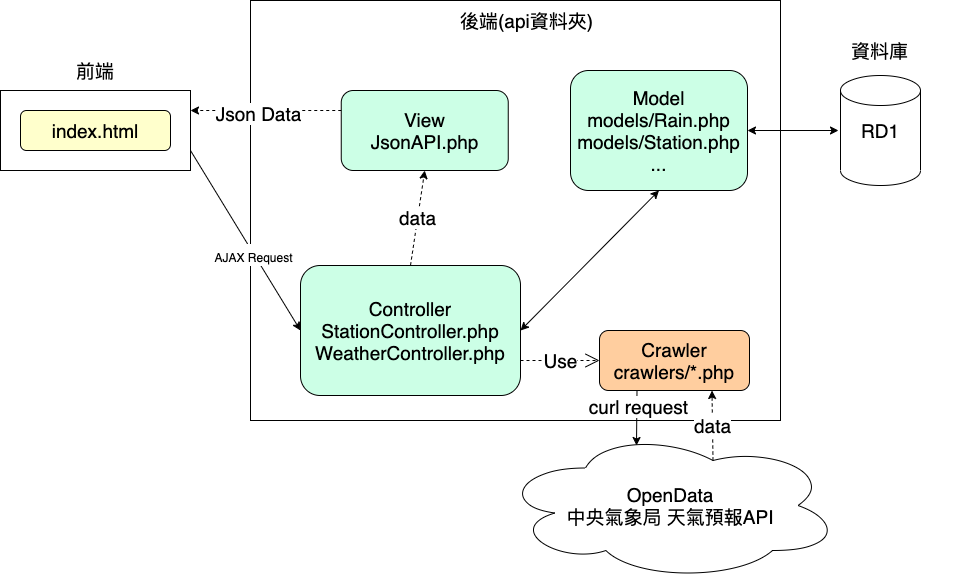
TerryHuangchungyo/RD1_Assignment keeps this draw.io diagram as demo/system.png. Above is the earlier version. Source tidied: cells renumbered, new cells last; positions are measured from the earlier drawing's top-left corner, leaving out a move shared by most shapes. Its diagram source:
```xml
<mxGraphModel>
  <root>
    <mxCell id="0" />
    <mxCell id="1" parent="0" />
    <mxCell id="2" value="index.html" style="rounded=1;whiteSpace=wrap;html=1;fontSize=19;fillColor=#FFFFCC;" parent="1" vertex="1">
      <mxGeometry x="20" y="110" width="150" height="40" as="geometry" />
    </mxCell>
    <mxCell id="3" style="rounded=0;whiteSpace=wrap;html=1;fontSize=19;fillColor=none;" parent="1" vertex="1">
      <mxGeometry y="90" width="190" height="80" as="geometry" />
    </mxCell>
    <mxCell id="4" value="前端" style="text;html=1;strokeColor=none;fillColor=none;align=center;verticalAlign=middle;whiteSpace=wrap;rounded=0;fontSize=19;" parent="1" vertex="1">
      <mxGeometry x="35" y="60" width="120" height="20" as="geometry" />
    </mxCell>
    <mxCell id="5" style="rounded=0;whiteSpace=wrap;html=1;fillColor=none;fontSize=19;" parent="1" vertex="1">
      <mxGeometry x="250" width="530" height="420" as="geometry" />
    </mxCell>
    <mxCell id="6" value="後端(api資料夾)" style="text;html=1;strokeColor=none;fillColor=none;align=center;verticalAlign=middle;whiteSpace=wrap;rounded=0;fontSize=19;" parent="1" vertex="1">
      <mxGeometry x="443" y="10" width="167" height="20" as="geometry" />
    </mxCell>
    <mxCell id="7" value="RD1" style="shape=cylinder2;whiteSpace=wrap;html=1;boundedLbl=1;backgroundOutline=1;size=15;fillColor=none;fontSize=19;" parent="1" vertex="1">
      <mxGeometry x="840" y="75" width="80" height="110" as="geometry" />
    </mxCell>
    <mxCell id="8" value="View&lt;br&gt;JsonAPI.php" style="rounded=1;whiteSpace=wrap;html=1;fontSize=19;fillColor=#CCFFE6;" parent="1" vertex="1">
      <mxGeometry x="340.8" y="90" width="167" height="80" as="geometry" />
    </mxCell>
    <mxCell id="9" style="endArrow=classic;html=1;fontSize=19;exitX=1;exitY=0.75;exitDx=0;exitDy=0;entryX=0;entryY=0.5;entryDx=0;entryDy=0;" parent="1" edge="1" source="3" target="13">
      <mxGeometry relative="1" as="geometry" />
    </mxCell>
    <mxCell id="10" value="&lt;font style=&quot;font-size: 12px&quot;&gt;AJAX Request&lt;/font&gt;" style="edgeLabel;html=1;align=center;verticalAlign=middle;fontSize=19;" parent="9" vertex="1">
      <mxGeometry x="0.13" y="-1" relative="1" as="geometry" />
    </mxCell>
    <mxCell id="11" style="endArrow=classic;html=1;fontSize=19;dashed=1;exitX=0;exitY=0.25;exitDx=0;exitDy=0;entryX=1;entryY=0.25;entryDx=0;entryDy=0;" parent="1" edge="1" source="8" target="3">
      <mxGeometry relative="1" as="geometry" />
    </mxCell>
    <mxCell id="12" value="Json Data" style="edgeLabel;html=1;align=center;verticalAlign=middle;fontSize=19;" parent="11" vertex="1">
      <mxGeometry x="0.12" y="2" relative="1" as="geometry">
        <mxPoint x="1" as="offset" />
      </mxGeometry>
    </mxCell>
    <mxCell id="13" value="Controller&lt;br&gt;StationController.php&lt;br&gt;WeatherController.php" style="rounded=1;whiteSpace=wrap;html=1;fontSize=19;fillColor=#CCFFE6;verticalAlign=middle;" parent="1" vertex="1">
      <mxGeometry x="300" y="265" width="220" height="130" as="geometry" />
    </mxCell>
    <mxCell id="14" value="Model&lt;br&gt;models/Rain.php&lt;br&gt;models/Station.php&lt;br&gt;..." style="rounded=1;whiteSpace=wrap;html=1;fontSize=19;fillColor=#CCFFE6;" parent="1" vertex="1">
      <mxGeometry x="570" y="70" width="177" height="120" as="geometry" />
    </mxCell>
    <mxCell id="15" style="endArrow=classic;startArrow=classic;html=1;fontSize=19;exitX=1;exitY=0.5;exitDx=0;exitDy=0;" parent="1" edge="1" source="14">
      <mxGeometry relative="1" as="geometry">
        <mxPoint x="838" y="130" as="targetPoint" />
      </mxGeometry>
    </mxCell>
    <mxCell id="16" value="資料庫" style="text;html=1;strokeColor=none;fillColor=none;align=center;verticalAlign=middle;whiteSpace=wrap;rounded=0;fontSize=19;" parent="1" vertex="1">
      <mxGeometry x="796.5" y="40" width="167" height="20" as="geometry" />
    </mxCell>
    <mxCell id="17" value="data" style="endArrow=classic;html=1;fontSize=19;exitX=0.5;exitY=0;exitDx=0;exitDy=0;dashed=1;entryX=0.5;entryY=1;entryDx=0;entryDy=0;" parent="1" edge="1" source="13" target="8">
      <mxGeometry relative="1" as="geometry" />
    </mxCell>
    <mxCell id="18" style="endArrow=classic;startArrow=classic;html=1;fontSize=19;exitX=1;exitY=0.5;exitDx=0;exitDy=0;entryX=0.5;entryY=1;entryDx=0;entryDy=0;" parent="1" edge="1" source="13" target="14">
      <mxGeometry relative="1" as="geometry" />
    </mxCell>
    <mxCell id="19" value="OpenData&lt;br&gt;中央氣象局 天氣預報API" style="ellipse;shape=cloud;whiteSpace=wrap;html=1;strokeColor=#000000;fontSize=19;fillColor=#FFFFFF;" parent="1" vertex="1">
      <mxGeometry x="500" y="430" width="340" height="150" as="geometry" />
    </mxCell>
    <mxCell id="20" value="Crawler&lt;br&gt;crawlers/*.php" style="rounded=1;whiteSpace=wrap;html=1;strokeColor=#000000;fontSize=19;fillColor=#FFCE9F;" parent="1" vertex="1">
      <mxGeometry x="599" y="330" width="150" height="60" as="geometry" />
    </mxCell>
    <mxCell id="21" value="Use" style="endArrow=open;endSize=12;dashed=1;html=1;fontSize=19;entryX=0;entryY=0.5;entryDx=0;entryDy=0;" parent="1" edge="1" target="20">
      <mxGeometry relative="1" as="geometry">
        <mxPoint x="520" y="360" as="sourcePoint" />
      </mxGeometry>
    </mxCell>
    <mxCell id="22" value="data" style="endArrow=classic;html=1;dashed=1;fontSize=19;entryX=0.75;entryY=1;entryDx=0;entryDy=0;exitX=0.625;exitY=0.2;exitDx=0;exitDy=0;exitPerimeter=0;" parent="1" edge="1" source="19" target="20">
      <mxGeometry relative="1" as="geometry" />
    </mxCell>
    <mxCell id="23" style="endArrow=classic;html=1;fontSize=19;exitX=0.25;exitY=1;exitDx=0;exitDy=0;entryX=0.4;entryY=0.1;entryDx=0;entryDy=0;entryPerimeter=0;" parent="1" edge="1" source="20" target="19">
      <mxGeometry relative="1" as="geometry" />
    </mxCell>
    <mxCell id="24" value="curl request" style="edgeLabel;html=1;align=center;verticalAlign=middle;fontSize=19;" parent="23" vertex="1">
      <mxGeometry x="-0.45" y="1" relative="1" as="geometry" />
    </mxCell>
  </root>
</mxGraphModel>
```
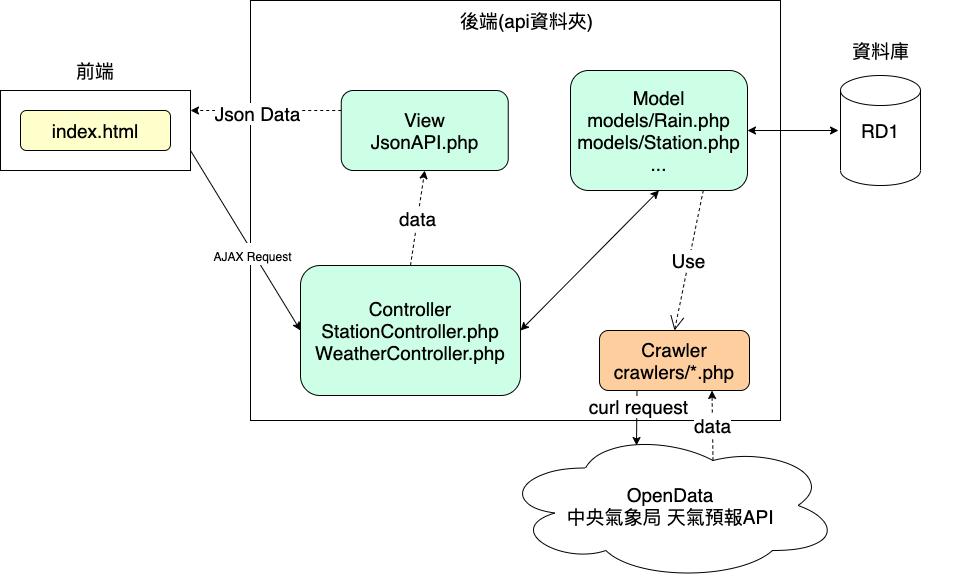
Above is the later version.

Change to the diagram source:
```diff
@@ -63,10 +63,8 @@
     <mxCell id="20" value="Crawler&lt;br&gt;crawlers/*.php" style="rounded=1;whiteSpace=wrap;html=1;strokeColor=#000000;fontSize=19;fillColor=#FFCE9F;" parent="1" vertex="1">
       <mxGeometry x="599" y="330" width="150" height="60" as="geometry" />
     </mxCell>
-    <mxCell id="21" value="Use" style="endArrow=open;endSize=12;dashed=1;html=1;fontSize=19;entryX=0;entryY=0.5;entryDx=0;entryDy=0;" parent="1" edge="1" target="20">
-      <mxGeometry relative="1" as="geometry">
-        <mxPoint x="520" y="360" as="sourcePoint" />
-      </mxGeometry>
+    <mxCell id="21" value="Use" style="endArrow=open;endSize=12;dashed=1;html=1;fontSize=19;entryX=0.5;entryY=0;entryDx=0;entryDy=0;exitX=0.75;exitY=1;exitDx=0;exitDy=0;" parent="1" edge="1" source="14" target="20">
+      <mxGeometry relative="1" as="geometry" />
     </mxCell>
     <mxCell id="22" value="data" style="endArrow=classic;html=1;dashed=1;fontSize=19;entryX=0.75;entryY=1;entryDx=0;entryDy=0;exitX=0.625;exitY=0.2;exitDx=0;exitDy=0;exitPerimeter=0;" parent="1" edge="1" source="19" target="20">
       <mxGeometry relative="1" as="geometry" />
```
